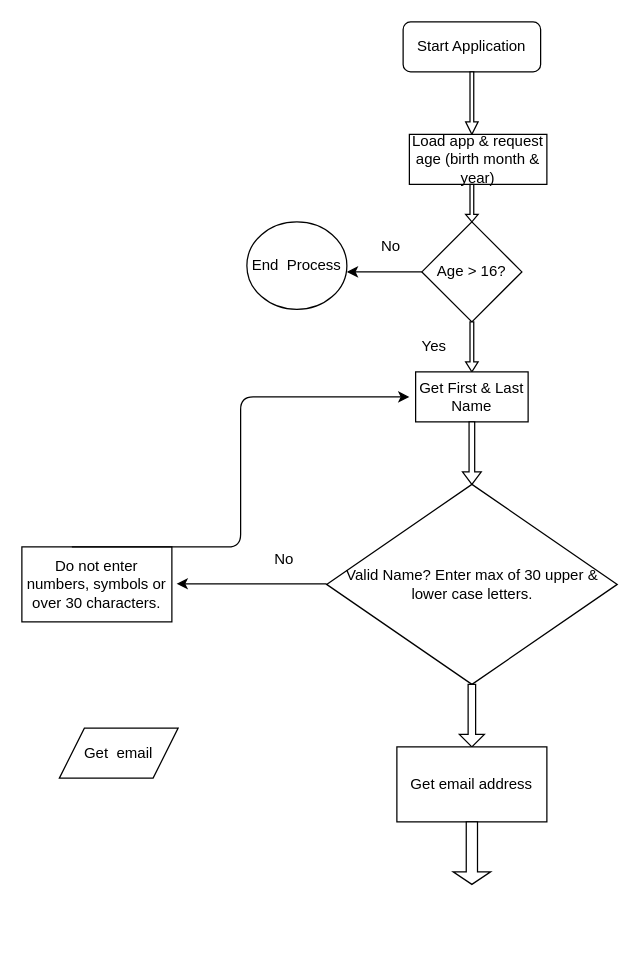
This is Untitled Diagram.drawio from markbrathwaite/git_test, a draw.io file, before an edit. Source tidied: cells renumbered, new cells numbered last; positions are measured from the earlier drawing's top-left corner, leaving out a move shared by most shapes. Both pictures are drawn from the tidied source at 125%, with x=0, y=0 at pixel (21, 21).
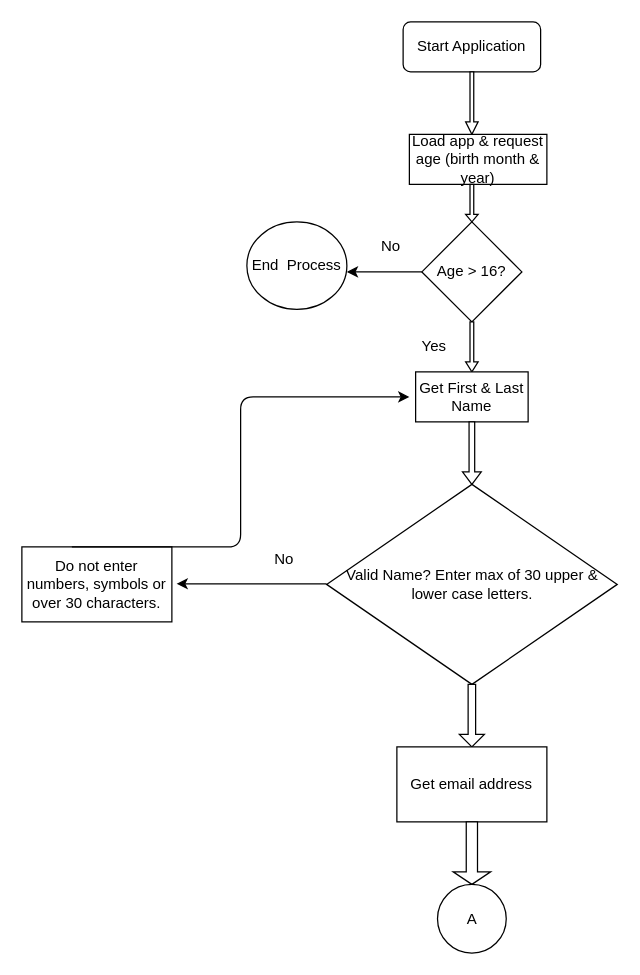
Above is the later version.

Diff of the diagram source:
```diff
@@
-    <mxCell id="8" value="Get &amp;nbsp;email" style="shape=parallelogram;perimeter=parallelogramPerimeter;whiteSpace=wrap;html=1;fixedSize=1;" parent="1" vertex="1">
-      <mxGeometry x="30" y="565" width="95" height="40" as="geometry" />
-    </mxCell>
@@
+    <mxCell id="23" value="A" style="ellipse;whiteSpace=wrap;html=1;" parent="1" vertex="1">
+      <mxGeometry x="332.5" y="690" width="55" height="55" as="geometry" />
+    </mxCell>
```
